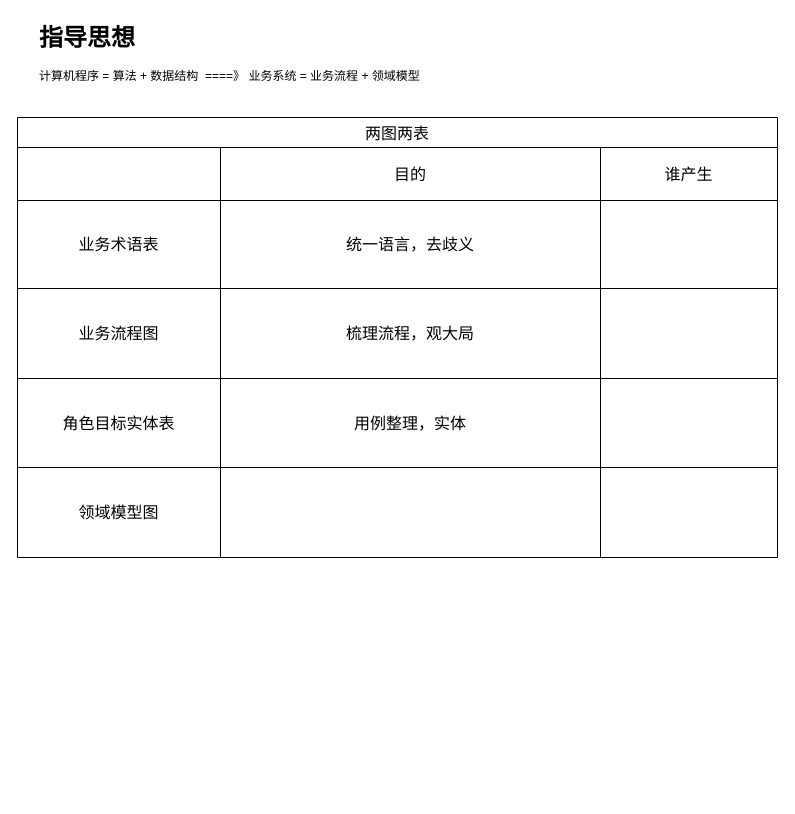
The draw.io diagram 业务系统=业务流程+领域模型.drawio in XiongZen/QJReconstitution, before the edit. Source tidied: cells renumbered, new cells numbered last; positions are measured from the earlier drawing's top-left corner, leaving out a move shared by most shapes. Both pictures are drawn from the tidied source at 100%, with x=0, y=0 at pixel (17, 17).
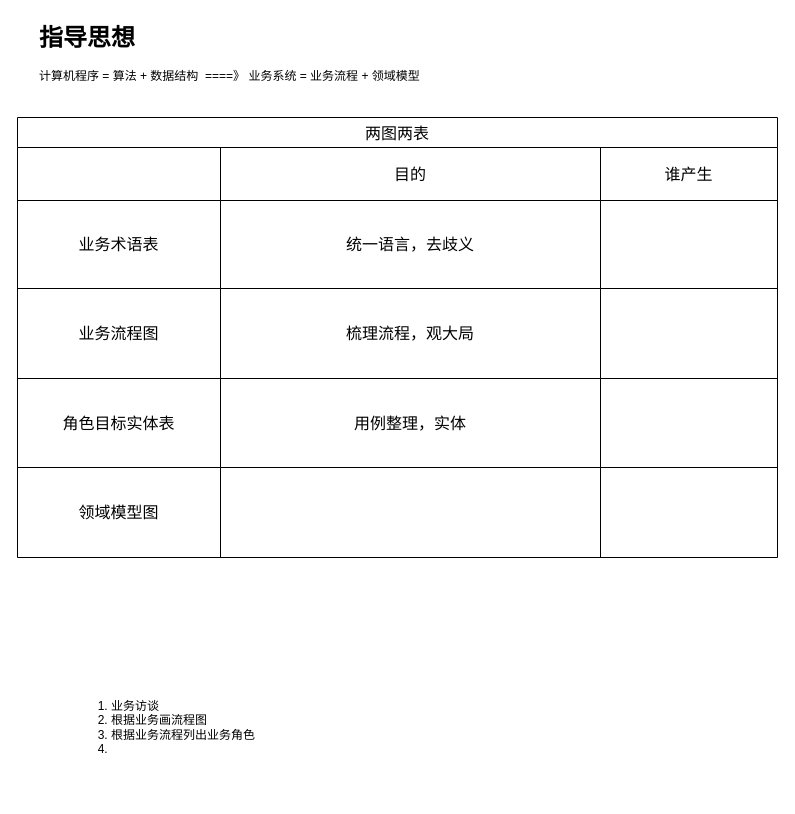
Above is the later version.

Commit message (it also covers changes not shown here):
Update 业务系统=业务流程+领域模型.drawio

The edit, as a diff of the source:
```diff
@@
+    <mxCell id="24" value="&lt;ol&gt;&lt;li&gt;业务访谈&lt;/li&gt;&lt;li&gt;根据业务画流程图&lt;/li&gt;&lt;li&gt;根据业务流程列出业务角色&lt;/li&gt;&lt;li&gt;&lt;br&gt;&lt;/li&gt;&lt;/ol&gt;" style="text;strokeColor=none;fillColor=none;html=1;whiteSpace=wrap;verticalAlign=middle;overflow=hidden;" parent="1" vertex="1">
+      <mxGeometry x="52" y="640" width="198" height="140" as="geometry" />
+    </mxCell>
```
